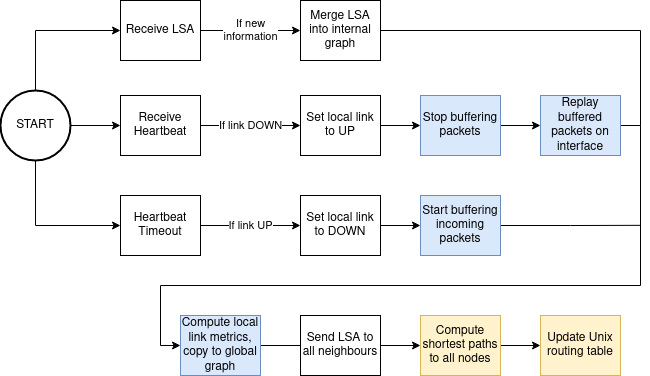
This is images/flowchart_dtlsr.png from benmandrew/DTLSR-Dissertation, a draw.io export, as it was before one commit. Source tidied: cells renumbered, new cells last; positions are measured from the earlier drawing's top-left corner, leaving out a move shared by most shapes. The source it was exported from:
```xml
<mxGraphModel>
  <root>
    <mxCell id="0" />
    <mxCell id="1" parent="0" />
    <mxCell id="2" value="&lt;div&gt;If new&lt;/div&gt;&lt;div&gt;information&lt;/div&gt;" style="edgeStyle=orthogonalEdgeStyle;rounded=0;jettySize=auto;html=1;exitX=1;exitY=0.5;exitDx=0;exitDy=0;entryX=0;entryY=0.5;entryDx=0;entryDy=0;" parent="1" edge="1" source="3" target="7">
      <mxGeometry relative="1" as="geometry" />
    </mxCell>
    <mxCell id="3" value="&lt;div&gt;Receive LSA&lt;/div&gt;" style="rounded=0;whiteSpace=wrap;html=1;" parent="1" vertex="1">
      <mxGeometry x="120" width="80" height="60" as="geometry" />
    </mxCell>
    <mxCell id="4" value="If link DOWN" style="edgeStyle=orthogonalEdgeStyle;rounded=0;jettySize=auto;html=1;exitX=1;exitY=0.5;exitDx=0;exitDy=0;entryX=0;entryY=0.5;entryDx=0;entryDy=0;" parent="1" edge="1" source="5" target="11">
      <mxGeometry relative="1" as="geometry" />
    </mxCell>
    <mxCell id="5" value="Receive Heartbeat" style="rounded=0;whiteSpace=wrap;html=1;" parent="1" vertex="1">
      <mxGeometry x="120" y="95" width="80" height="60" as="geometry" />
    </mxCell>
    <mxCell id="6" style="edgeStyle=orthogonalEdgeStyle;rounded=0;jettySize=auto;html=1;exitX=1;exitY=0.5;exitDx=0;exitDy=0;endArrow=none;endFill=0;" parent="1" edge="1" source="7">
      <mxGeometry relative="1" as="geometry">
        <mxPoint x="640" y="125" as="targetPoint" />
      </mxGeometry>
    </mxCell>
    <mxCell id="7" value="Merge LSA into internal graph" style="rounded=0;whiteSpace=wrap;html=1;" parent="1" vertex="1">
      <mxGeometry x="300" width="80" height="60" as="geometry" />
    </mxCell>
    <mxCell id="8" value="If link UP" style="edgeStyle=orthogonalEdgeStyle;rounded=0;jettySize=auto;html=1;exitX=1;exitY=0.5;exitDx=0;exitDy=0;entryX=0;entryY=0.5;entryDx=0;entryDy=0;" parent="1" edge="1" source="9" target="13">
      <mxGeometry relative="1" as="geometry" />
    </mxCell>
    <mxCell id="9" value="Heartbeat Timeout" style="rounded=0;whiteSpace=wrap;html=1;" parent="1" vertex="1">
      <mxGeometry x="120" y="195" width="80" height="60" as="geometry" />
    </mxCell>
    <mxCell id="10" style="edgeStyle=orthogonalEdgeStyle;rounded=0;jettySize=auto;html=1;exitX=1;exitY=0.5;exitDx=0;exitDy=0;entryX=0;entryY=0.5;entryDx=0;entryDy=0;endArrow=classic;endFill=1;" parent="1" edge="1" source="11" target="26">
      <mxGeometry relative="1" as="geometry" />
    </mxCell>
    <mxCell id="11" value="Set local link to UP" style="rounded=0;whiteSpace=wrap;html=1;" parent="1" vertex="1">
      <mxGeometry x="300" y="95" width="80" height="60" as="geometry" />
    </mxCell>
    <mxCell id="12" style="edgeStyle=orthogonalEdgeStyle;rounded=0;jettySize=auto;html=1;exitX=1;exitY=0.5;exitDx=0;exitDy=0;entryX=0;entryY=0.5;entryDx=0;entryDy=0;endArrow=classic;endFill=1;" parent="1" edge="1" source="13" target="24">
      <mxGeometry relative="1" as="geometry" />
    </mxCell>
    <mxCell id="13" value="Set local link to DOWN" style="rounded=0;whiteSpace=wrap;html=1;" parent="1" vertex="1">
      <mxGeometry x="300" y="195" width="80" height="60" as="geometry" />
    </mxCell>
    <mxCell id="14" style="edgeStyle=orthogonalEdgeStyle;rounded=0;jettySize=auto;html=1;exitX=1;exitY=0.5;exitDx=0;exitDy=0;entryX=0;entryY=0.5;entryDx=0;entryDy=0;endArrow=classic;endFill=1;" parent="1" edge="1" source="15" target="21">
      <mxGeometry relative="1" as="geometry" />
    </mxCell>
    <mxCell id="15" value="Send LSA to all neighbours" style="rounded=0;whiteSpace=wrap;html=1;" parent="1" vertex="1">
      <mxGeometry x="300" y="315" width="80" height="60" as="geometry" />
    </mxCell>
    <mxCell id="16" style="edgeStyle=orthogonalEdgeStyle;rounded=0;jettySize=auto;html=1;exitX=1;exitY=0.5;exitDx=0;exitDy=0;exitPerimeter=0;entryX=0;entryY=0.5;entryDx=0;entryDy=0;endArrow=classic;endFill=1;" parent="1" edge="1" source="19" target="5">
      <mxGeometry relative="1" as="geometry" />
    </mxCell>
    <mxCell id="17" style="edgeStyle=orthogonalEdgeStyle;rounded=0;jettySize=auto;html=1;exitX=0.5;exitY=0;exitDx=0;exitDy=0;exitPerimeter=0;entryX=0;entryY=0.5;entryDx=0;entryDy=0;endArrow=classic;endFill=1;" parent="1" edge="1" source="19" target="3">
      <mxGeometry relative="1" as="geometry" />
    </mxCell>
    <mxCell id="18" style="edgeStyle=orthogonalEdgeStyle;rounded=0;jettySize=auto;html=1;exitX=0.5;exitY=1;exitDx=0;exitDy=0;exitPerimeter=0;entryX=0;entryY=0.5;entryDx=0;entryDy=0;endArrow=classic;endFill=1;" parent="1" edge="1" source="19" target="9">
      <mxGeometry relative="1" as="geometry" />
    </mxCell>
    <mxCell id="19" value="START" style="strokeWidth=2;html=1;shape=mxgraph.flowchart.start_2;whiteSpace=wrap;" parent="1" vertex="1">
      <mxGeometry y="90" width="70" height="70" as="geometry" />
    </mxCell>
    <mxCell id="20" style="edgeStyle=orthogonalEdgeStyle;rounded=0;jettySize=auto;html=1;exitX=1;exitY=0.5;exitDx=0;exitDy=0;entryX=0;entryY=0.5;entryDx=0;entryDy=0;endArrow=classic;endFill=1;" parent="1" edge="1" source="21" target="22">
      <mxGeometry relative="1" as="geometry" />
    </mxCell>
    <mxCell id="21" value="Compute shortest paths to all nodes" style="rounded=0;whiteSpace=wrap;html=1;fillColor=#fff2cc;strokeColor=#d6b656;" parent="1" vertex="1">
      <mxGeometry x="420" y="315" width="80" height="60" as="geometry" />
    </mxCell>
    <mxCell id="22" value="Update Unix routing table" style="rounded=0;whiteSpace=wrap;html=1;fillColor=#fff2cc;strokeColor=#d6b656;" parent="1" vertex="1">
      <mxGeometry x="540" y="315" width="80" height="60" as="geometry" />
    </mxCell>
    <mxCell id="23" style="edgeStyle=orthogonalEdgeStyle;rounded=0;jettySize=auto;html=1;exitX=1;exitY=0.5;exitDx=0;exitDy=0;endArrow=none;endFill=0;" parent="1" edge="1" source="24">
      <mxGeometry relative="1" as="geometry">
        <mxPoint x="640" y="224.8" as="targetPoint" />
      </mxGeometry>
    </mxCell>
    <mxCell id="24" value="Start buffering incoming packets" style="rounded=0;whiteSpace=wrap;html=1;fillColor=#dae8fc;strokeColor=#6c8ebf;" parent="1" vertex="1">
      <mxGeometry x="420" y="195" width="80" height="60" as="geometry" />
    </mxCell>
    <mxCell id="25" style="edgeStyle=orthogonalEdgeStyle;rounded=0;jettySize=auto;html=1;exitX=1;exitY=0.5;exitDx=0;exitDy=0;entryX=0;entryY=0.5;entryDx=0;entryDy=0;endArrow=classic;endFill=1;" parent="1" edge="1" source="26" target="28">
      <mxGeometry relative="1" as="geometry" />
    </mxCell>
    <mxCell id="26" value="Stop buffering packets" style="rounded=0;whiteSpace=wrap;html=1;fillColor=#dae8fc;strokeColor=#6c8ebf;" parent="1" vertex="1">
      <mxGeometry x="420" y="95" width="80" height="60" as="geometry" />
    </mxCell>
    <mxCell id="27" style="edgeStyle=orthogonalEdgeStyle;rounded=0;jettySize=auto;html=1;exitX=1;exitY=0.5;exitDx=0;exitDy=0;entryX=0;entryY=0.5;entryDx=0;entryDy=0;endArrow=classic;endFill=1;" parent="1" edge="1" source="28" target="30">
      <mxGeometry relative="1" as="geometry">
        <Array as="points">
          <mxPoint x="640" y="125" />
          <mxPoint x="640" y="285" />
          <mxPoint x="160" y="285" />
          <mxPoint x="160" y="345" />
        </Array>
      </mxGeometry>
    </mxCell>
    <mxCell id="28" value="Replay buffered packets on interface" style="rounded=0;whiteSpace=wrap;html=1;fillColor=#dae8fc;strokeColor=#6c8ebf;" parent="1" vertex="1">
      <mxGeometry x="540" y="95" width="80" height="60" as="geometry" />
    </mxCell>
    <mxCell id="29" style="edgeStyle=orthogonalEdgeStyle;rounded=0;jettySize=auto;html=1;exitX=1;exitY=0.5;exitDx=0;exitDy=0;entryX=0;entryY=0.5;entryDx=0;entryDy=0;endArrow=none;endFill=0;" parent="1" edge="1" source="30" target="15">
      <mxGeometry relative="1" as="geometry" />
    </mxCell>
    <mxCell id="30" value="Compute local link metrics, copy to global graph" style="rounded=0;whiteSpace=wrap;html=1;fillColor=#dae8fc;strokeColor=#6c8ebf;" parent="1" vertex="1">
      <mxGeometry x="180" y="315" width="80" height="60" as="geometry" />
    </mxCell>
  </root>
</mxGraphModel>
```
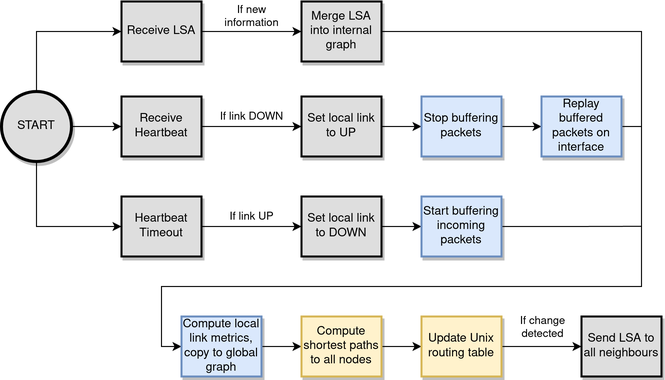
Above is the later version.

The edit, as a diff of the source:
```diff
@@ -2,16 +2,16 @@
   <root>
     <mxCell id="0" />
     <mxCell id="1" parent="0" />
-    <mxCell id="2" value="&lt;div&gt;If new&lt;/div&gt;&lt;div&gt;information&lt;/div&gt;" style="edgeStyle=orthogonalEdgeStyle;rounded=0;jettySize=auto;html=1;exitX=1;exitY=0.5;exitDx=0;exitDy=0;entryX=0;entryY=0.5;entryDx=0;entryDy=0;" parent="1" edge="1" source="3" target="7">
-      <mxGeometry relative="1" as="geometry" />
+    <mxCell id="2" value="&lt;div&gt;&lt;span style=&quot;background-color: rgb(255 , 255 , 255)&quot;&gt;If new&lt;/span&gt;&lt;/div&gt;&lt;div&gt;&lt;span style=&quot;background-color: rgb(255 , 255 , 255)&quot;&gt;information&lt;/span&gt;&lt;/div&gt;" style="edgeStyle=orthogonalEdgeStyle;rounded=0;jettySize=auto;html=1;exitX=1;exitY=0.5;exitDx=0;exitDy=0;entryX=0;entryY=0.5;entryDx=0;entryDy=0;" parent="1" edge="1" source="3" target="7">
+      <mxGeometry y="15" relative="1" as="geometry" />
     </mxCell>
-    <mxCell id="3" value="&lt;div&gt;Receive LSA&lt;/div&gt;" style="rounded=0;whiteSpace=wrap;html=1;" parent="1" vertex="1">
+    <mxCell id="3" value="&lt;div&gt;Receive LSA&lt;/div&gt;" style="rounded=0;whiteSpace=wrap;html=1;fillColor=#DEDEDE;shadow=1;strokeWidth=2;" parent="1" vertex="1">
       <mxGeometry x="120" width="80" height="60" as="geometry" />
     </mxCell>
-    <mxCell id="4" value="If link DOWN" style="edgeStyle=orthogonalEdgeStyle;rounded=0;jettySize=auto;html=1;exitX=1;exitY=0.5;exitDx=0;exitDy=0;entryX=0;entryY=0.5;entryDx=0;entryDy=0;" parent="1" edge="1" source="5" target="11">
-      <mxGeometry relative="1" as="geometry" />
+    <mxCell id="4" value="&lt;span style=&quot;background-color: rgb(255 , 255 , 255)&quot;&gt;If link DOWN&lt;/span&gt;" style="edgeStyle=orthogonalEdgeStyle;rounded=0;jettySize=auto;html=1;exitX=1;exitY=0.5;exitDx=0;exitDy=0;entryX=0;entryY=0.5;entryDx=0;entryDy=0;" parent="1" edge="1" source="5" target="11">
+      <mxGeometry y="10" relative="1" as="geometry" />
     </mxCell>
-    <mxCell id="5" value="Receive Heartbeat" style="rounded=0;whiteSpace=wrap;html=1;" parent="1" vertex="1">
+    <mxCell id="5" value="Receive Heartbeat" style="rounded=0;whiteSpace=wrap;html=1;fillColor=#DEDEDE;shadow=1;strokeWidth=2;" parent="1" vertex="1">
       <mxGeometry x="120" y="95" width="80" height="60" as="geometry" />
     </mxCell>
     <mxCell id="6" style="edgeStyle=orthogonalEdgeStyle;rounded=0;jettySize=auto;html=1;exitX=1;exitY=0.5;exitDx=0;exitDy=0;endArrow=none;endFill=0;" parent="1" edge="1" source="7">
@@ -19,32 +19,32 @@
         <mxPoint x="640" y="125" as="targetPoint" />
       </mxGeometry>
     </mxCell>
-    <mxCell id="7" value="Merge LSA into internal graph" style="rounded=0;whiteSpace=wrap;html=1;" parent="1" vertex="1">
+    <mxCell id="7" value="Merge LSA into internal graph" style="rounded=0;whiteSpace=wrap;html=1;fillColor=#DEDEDE;shadow=1;strokeWidth=2;" parent="1" vertex="1">
       <mxGeometry x="300" width="80" height="60" as="geometry" />
     </mxCell>
-    <mxCell id="8" value="If link UP" style="edgeStyle=orthogonalEdgeStyle;rounded=0;jettySize=auto;html=1;exitX=1;exitY=0.5;exitDx=0;exitDy=0;entryX=0;entryY=0.5;entryDx=0;entryDy=0;" parent="1" edge="1" source="9" target="13">
-      <mxGeometry relative="1" as="geometry" />
+    <mxCell id="8" value="&lt;span style=&quot;background-color: rgb(255 , 255 , 255)&quot;&gt;If link UP&lt;/span&gt;" style="edgeStyle=orthogonalEdgeStyle;rounded=0;jettySize=auto;html=1;exitX=1;exitY=0.5;exitDx=0;exitDy=0;entryX=0;entryY=0.5;entryDx=0;entryDy=0;" parent="1" edge="1" source="9" target="13">
+      <mxGeometry y="10" relative="1" as="geometry" />
     </mxCell>
-    <mxCell id="9" value="Heartbeat Timeout" style="rounded=0;whiteSpace=wrap;html=1;" parent="1" vertex="1">
+    <mxCell id="9" value="Heartbeat Timeout" style="rounded=0;whiteSpace=wrap;html=1;fillColor=#DEDEDE;shadow=1;strokeWidth=2;" parent="1" vertex="1">
       <mxGeometry x="120" y="195" width="80" height="60" as="geometry" />
     </mxCell>
     <mxCell id="10" style="edgeStyle=orthogonalEdgeStyle;rounded=0;jettySize=auto;html=1;exitX=1;exitY=0.5;exitDx=0;exitDy=0;entryX=0;entryY=0.5;entryDx=0;entryDy=0;endArrow=classic;endFill=1;" parent="1" edge="1" source="11" target="26">
       <mxGeometry relative="1" as="geometry" />
     </mxCell>
-    <mxCell id="11" value="Set local link to UP" style="rounded=0;whiteSpace=wrap;html=1;" parent="1" vertex="1">
+    <mxCell id="11" value="Set local link to UP" style="rounded=0;whiteSpace=wrap;html=1;fillColor=#DEDEDE;shadow=1;strokeWidth=2;" parent="1" vertex="1">
       <mxGeometry x="300" y="95" width="80" height="60" as="geometry" />
     </mxCell>
     <mxCell id="12" style="edgeStyle=orthogonalEdgeStyle;rounded=0;jettySize=auto;html=1;exitX=1;exitY=0.5;exitDx=0;exitDy=0;entryX=0;entryY=0.5;entryDx=0;entryDy=0;endArrow=classic;endFill=1;" parent="1" edge="1" source="13" target="24">
       <mxGeometry relative="1" as="geometry" />
     </mxCell>
-    <mxCell id="13" value="Set local link to DOWN" style="rounded=0;whiteSpace=wrap;html=1;" parent="1" vertex="1">
+    <mxCell id="13" value="Set local link to DOWN" style="rounded=0;whiteSpace=wrap;html=1;fillColor=#DEDEDE;shadow=1;strokeWidth=2;" parent="1" vertex="1">
       <mxGeometry x="300" y="195" width="80" height="60" as="geometry" />
     </mxCell>
-    <mxCell id="14" style="edgeStyle=orthogonalEdgeStyle;rounded=0;jettySize=auto;html=1;exitX=1;exitY=0.5;exitDx=0;exitDy=0;entryX=0;entryY=0.5;entryDx=0;entryDy=0;endArrow=classic;endFill=1;" parent="1" edge="1" source="15" target="21">
+    <mxCell id="14" style="edgeStyle=orthogonalEdgeStyle;rounded=0;jettySize=auto;html=1;exitX=1;exitY=0.5;exitDx=0;exitDy=0;entryX=0;entryY=0.5;entryDx=0;entryDy=0;endArrow=classic;endFill=1;" parent="1" edge="1" source="30" target="21">
       <mxGeometry relative="1" as="geometry" />
     </mxCell>
-    <mxCell id="15" value="Send LSA to all neighbours" style="rounded=0;whiteSpace=wrap;html=1;" parent="1" vertex="1">
-      <mxGeometry x="300" y="315" width="80" height="60" as="geometry" />
+    <mxCell id="15" value="Send LSA to all neighbours" style="rounded=0;whiteSpace=wrap;html=1;fillColor=#DEDEDE;shadow=1;strokeWidth=2;" parent="1" vertex="1">
+      <mxGeometry x="580" y="315" width="80" height="60" as="geometry" />
     </mxCell>
     <mxCell id="16" style="edgeStyle=orthogonalEdgeStyle;rounded=0;jettySize=auto;html=1;exitX=1;exitY=0.5;exitDx=0;exitDy=0;exitPerimeter=0;entryX=0;entryY=0.5;entryDx=0;entryDy=0;endArrow=classic;endFill=1;" parent="1" edge="1" source="19" target="5">
       <mxGeometry relative="1" as="geometry" />
@@ -55,30 +55,38 @@
     <mxCell id="18" style="edgeStyle=orthogonalEdgeStyle;rounded=0;jettySize=auto;html=1;exitX=0.5;exitY=1;exitDx=0;exitDy=0;exitPerimeter=0;entryX=0;entryY=0.5;entryDx=0;entryDy=0;endArrow=classic;endFill=1;" parent="1" edge="1" source="19" target="9">
       <mxGeometry relative="1" as="geometry" />
     </mxCell>
-    <mxCell id="19" value="START" style="strokeWidth=2;html=1;shape=mxgraph.flowchart.start_2;whiteSpace=wrap;" parent="1" vertex="1">
+    <mxCell id="19" value="START" style="strokeWidth=3;html=1;shape=mxgraph.flowchart.start_2;whiteSpace=wrap;fillColor=#DEDEDE;sketch=0;shadow=1;" parent="1" vertex="1">
       <mxGeometry y="90" width="70" height="70" as="geometry" />
     </mxCell>
     <mxCell id="20" style="edgeStyle=orthogonalEdgeStyle;rounded=0;jettySize=auto;html=1;exitX=1;exitY=0.5;exitDx=0;exitDy=0;entryX=0;entryY=0.5;entryDx=0;entryDy=0;endArrow=classic;endFill=1;" parent="1" edge="1" source="21" target="22">
       <mxGeometry relative="1" as="geometry" />
     </mxCell>
-    <mxCell id="21" value="Compute shortest paths to all nodes" style="rounded=0;whiteSpace=wrap;html=1;fillColor=#fff2cc;strokeColor=#d6b656;" parent="1" vertex="1">
-      <mxGeometry x="420" y="315" width="80" height="60" as="geometry" />
+    <mxCell id="21" value="Compute shortest paths to all nodes" style="rounded=0;whiteSpace=wrap;html=1;fillColor=#fff2cc;strokeColor=#d6b656;shadow=1;strokeWidth=2;" parent="1" vertex="1">
+      <mxGeometry x="300" y="315" width="80" height="60" as="geometry" />
     </mxCell>
+    <mxCell id="31" style="edgeStyle=orthogonalEdgeStyle;rounded=0;jettySize=auto;html=1;exitX=1;exitY=0.5;exitDx=0;exitDy=0;entryX=0;entryY=0.5;entryDx=0;entryDy=0;shadow=0;labelBackgroundColor=#DEDEDE;" parent="1" edge="1" source="22" target="15">
+      <mxGeometry relative="1" as="geometry" />
+    </mxCell>
+    <mxCell id="32" value="&lt;div&gt;&lt;span style=&quot;background-color: rgb(255 , 255 , 255)&quot;&gt;If change&lt;/span&gt;&lt;/div&gt;&lt;div&gt;&lt;span style=&quot;background-color: rgb(255 , 255 , 255)&quot;&gt;detected&lt;/span&gt;&lt;/div&gt;" style="edgeLabel;html=1;align=center;verticalAlign=middle;" parent="31" vertex="1">
+      <mxGeometry x="0.31" y="-3" relative="1" as="geometry">
+        <mxPoint x="-12" y="-23" as="offset" />
+      </mxGeometry>
+    </mxCell>
-    <mxCell id="22" value="Update Unix routing table" style="rounded=0;whiteSpace=wrap;html=1;fillColor=#fff2cc;strokeColor=#d6b656;" parent="1" vertex="1">
-      <mxGeometry x="540" y="315" width="80" height="60" as="geometry" />
+    <mxCell id="22" value="Update Unix routing table" style="rounded=0;whiteSpace=wrap;html=1;fillColor=#fff2cc;strokeColor=#d6b656;shadow=1;strokeWidth=2;" parent="1" vertex="1">
+      <mxGeometry x="420" y="315" width="80" height="60" as="geometry" />
     </mxCell>
     <mxCell id="23" style="edgeStyle=orthogonalEdgeStyle;rounded=0;jettySize=auto;html=1;exitX=1;exitY=0.5;exitDx=0;exitDy=0;endArrow=none;endFill=0;" parent="1" edge="1" source="24">
       <mxGeometry relative="1" as="geometry">
         <mxPoint x="640" y="224.8" as="targetPoint" />
       </mxGeometry>
     </mxCell>
-    <mxCell id="24" value="Start buffering incoming packets" style="rounded=0;whiteSpace=wrap;html=1;fillColor=#dae8fc;strokeColor=#6c8ebf;" parent="1" vertex="1">
+    <mxCell id="24" value="Start buffering incoming packets" style="rounded=0;whiteSpace=wrap;html=1;fillColor=#dae8fc;strokeColor=#6c8ebf;shadow=1;strokeWidth=2;" parent="1" vertex="1">
       <mxGeometry x="420" y="195" width="80" height="60" as="geometry" />
     </mxCell>
     <mxCell id="25" style="edgeStyle=orthogonalEdgeStyle;rounded=0;jettySize=auto;html=1;exitX=1;exitY=0.5;exitDx=0;exitDy=0;entryX=0;entryY=0.5;entryDx=0;entryDy=0;endArrow=classic;endFill=1;" parent="1" edge="1" source="26" target="28">
       <mxGeometry relative="1" as="geometry" />
     </mxCell>
-    <mxCell id="26" value="Stop buffering packets" style="rounded=0;whiteSpace=wrap;html=1;fillColor=#dae8fc;strokeColor=#6c8ebf;" parent="1" vertex="1">
+    <mxCell id="26" value="Stop buffering packets" style="rounded=0;whiteSpace=wrap;html=1;fillColor=#dae8fc;strokeColor=#6c8ebf;shadow=1;strokeWidth=2;" parent="1" vertex="1">
       <mxGeometry x="420" y="95" width="80" height="60" as="geometry" />
     </mxCell>
     <mxCell id="27" style="edgeStyle=orthogonalEdgeStyle;rounded=0;jettySize=auto;html=1;exitX=1;exitY=0.5;exitDx=0;exitDy=0;entryX=0;entryY=0.5;entryDx=0;entryDy=0;endArrow=classic;endFill=1;" parent="1" edge="1" source="28" target="30">
@@ -91,13 +99,10 @@
         </Array>
       </mxGeometry>
     </mxCell>
-    <mxCell id="28" value="Replay buffered packets on interface" style="rounded=0;whiteSpace=wrap;html=1;fillColor=#dae8fc;strokeColor=#6c8ebf;" parent="1" vertex="1">
+    <mxCell id="28" value="Replay buffered packets on interface" style="rounded=0;whiteSpace=wrap;html=1;fillColor=#dae8fc;strokeColor=#6c8ebf;shadow=1;strokeWidth=2;" parent="1" vertex="1">
       <mxGeometry x="540" y="95" width="80" height="60" as="geometry" />
     </mxCell>
-    <mxCell id="29" style="edgeStyle=orthogonalEdgeStyle;rounded=0;jettySize=auto;html=1;exitX=1;exitY=0.5;exitDx=0;exitDy=0;entryX=0;entryY=0.5;entryDx=0;entryDy=0;endArrow=none;endFill=0;" parent="1" edge="1" source="30" target="15">
-      <mxGeometry relative="1" as="geometry" />
-    </mxCell>
-    <mxCell id="30" value="Compute local link metrics, copy to global graph" style="rounded=0;whiteSpace=wrap;html=1;fillColor=#dae8fc;strokeColor=#6c8ebf;" parent="1" vertex="1">
+    <mxCell id="30" value="Compute local link metrics, copy to global graph" style="rounded=0;whiteSpace=wrap;html=1;fillColor=#dae8fc;strokeColor=#6c8ebf;shadow=1;strokeWidth=2;" parent="1" vertex="1">
       <mxGeometry x="180" y="315" width="80" height="60" as="geometry" />
     </mxCell>
   </root>
```
